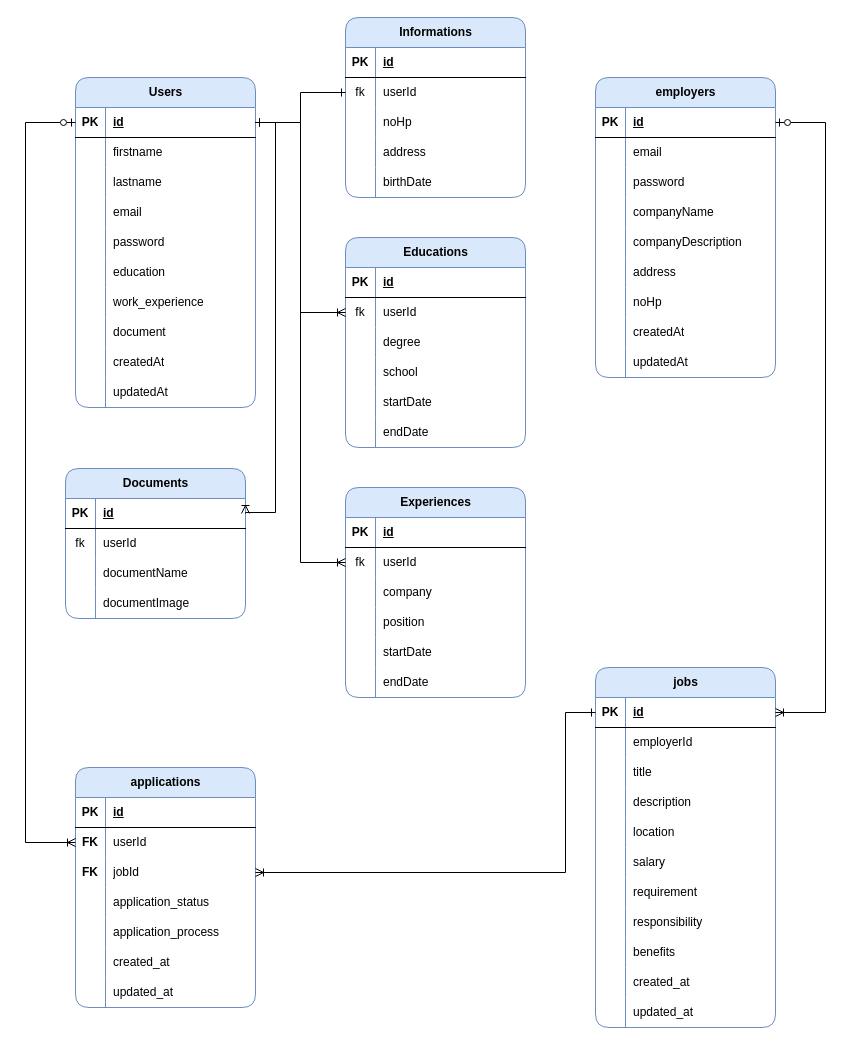
The draw.io diagram server/docs/Job-Portal-ERD.drawio in rekawijaya/Job-portal-mvp, before the edit. Source tidied: cells renumbered, new cells numbered last; positions are measured from the earlier drawing's top-left corner, leaving out a move shared by most shapes. Both pictures are drawn from the tidied source at 100%, with x=0, y=0 at pixel (25, 17).
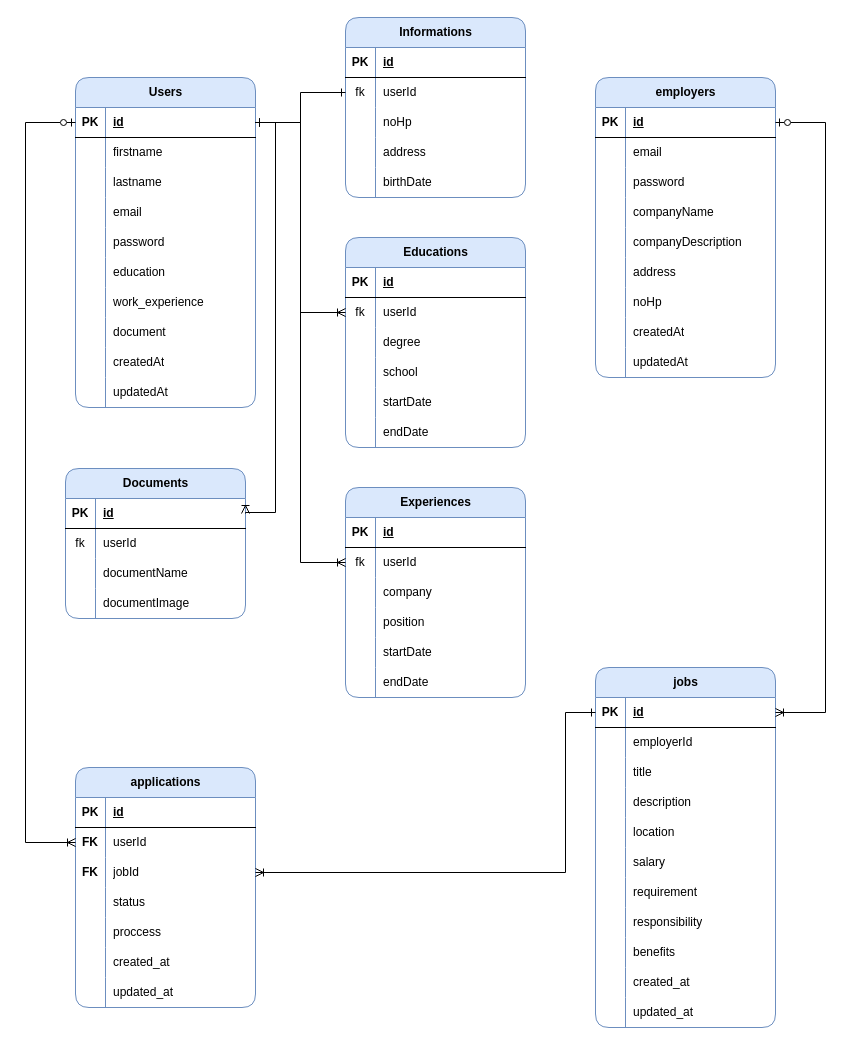
Above is the later version.

The change refers to these unchanged cells:
```xml
<mxCell id="77" style="shape=tableRow;horizontal=0;startSize=0;swimlaneHead=0;swimlaneBody=0;fillColor=none;top=0;left=0;right=0;bottom=0;" parent="67" vertex="1">
  <mxGeometry y="120" width="180" height="30" as="geometry" />
</mxCell>
<mxCell id="80" style="shape=tableRow;horizontal=0;startSize=0;swimlaneHead=0;swimlaneBody=0;fillColor=none;top=0;left=0;right=0;bottom=0;" parent="67" vertex="1">
  <mxGeometry y="150" width="180" height="30" as="geometry" />
</mxCell>
```

Diff of the diagram source:
```diff
@@
-    <mxCell id="79" value="application_status" style="shape=partialRectangle;fillColor=none;top=0;left=0;bottom=0;right=0;align=left;spacingLeft=6;overflow=hidden;whiteSpace=wrap;html=1;" parent="77" vertex="1">
+    <mxCell id="79" value="status" style="shape=partialRectangle;fillColor=none;top=0;left=0;bottom=0;right=0;align=left;spacingLeft=6;overflow=hidden;whiteSpace=wrap;html=1;" parent="77" vertex="1">
       <mxGeometry x="30" width="150" height="30" as="geometry" />
     </mxCell>
@@
-    <mxCell id="82" value="application_process" style="shape=partialRectangle;fillColor=none;top=0;left=0;bottom=0;right=0;align=left;spacingLeft=6;overflow=hidden;whiteSpace=wrap;html=1;" parent="80" vertex="1">
+    <mxCell id="82" value="proccess" style="shape=partialRectangle;fillColor=none;top=0;left=0;bottom=0;right=0;align=left;spacingLeft=6;overflow=hidden;whiteSpace=wrap;html=1;" parent="80" vertex="1">
       <mxGeometry x="30" width="150" height="30" as="geometry" />
     </mxCell>
```
